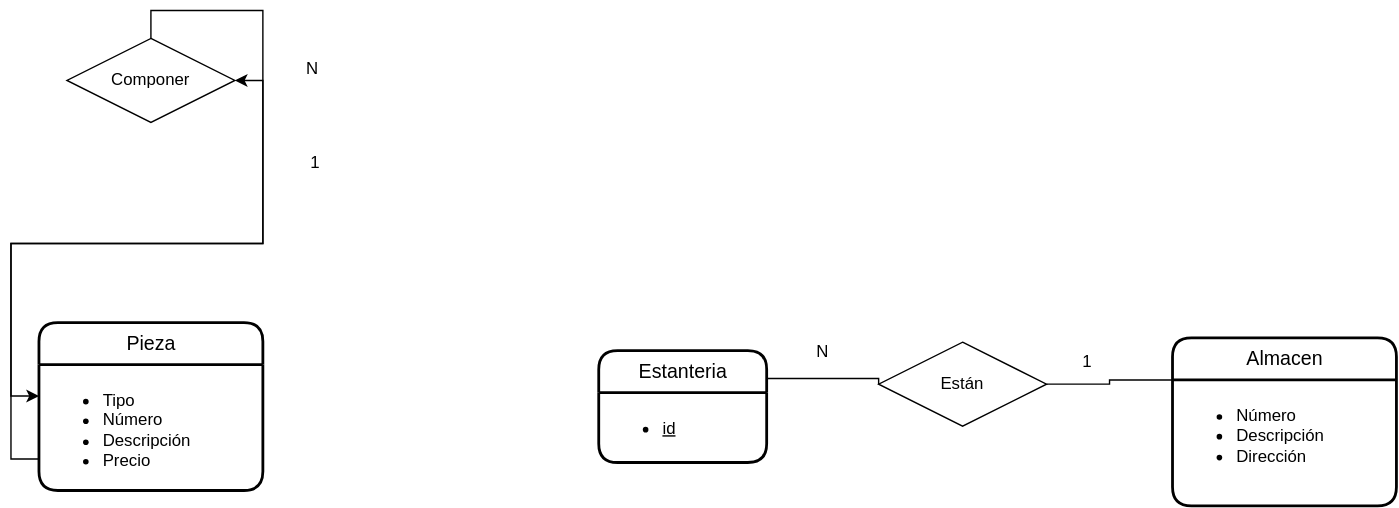
Before: UD12-5.svg, a diagram exported from draw.io (Jimxx22/C3-UD11-UML). Source tidied: cells renumbered, new cells last; positions are measured from the earlier drawing's top-left corner, leaving out a move shared by most shapes.
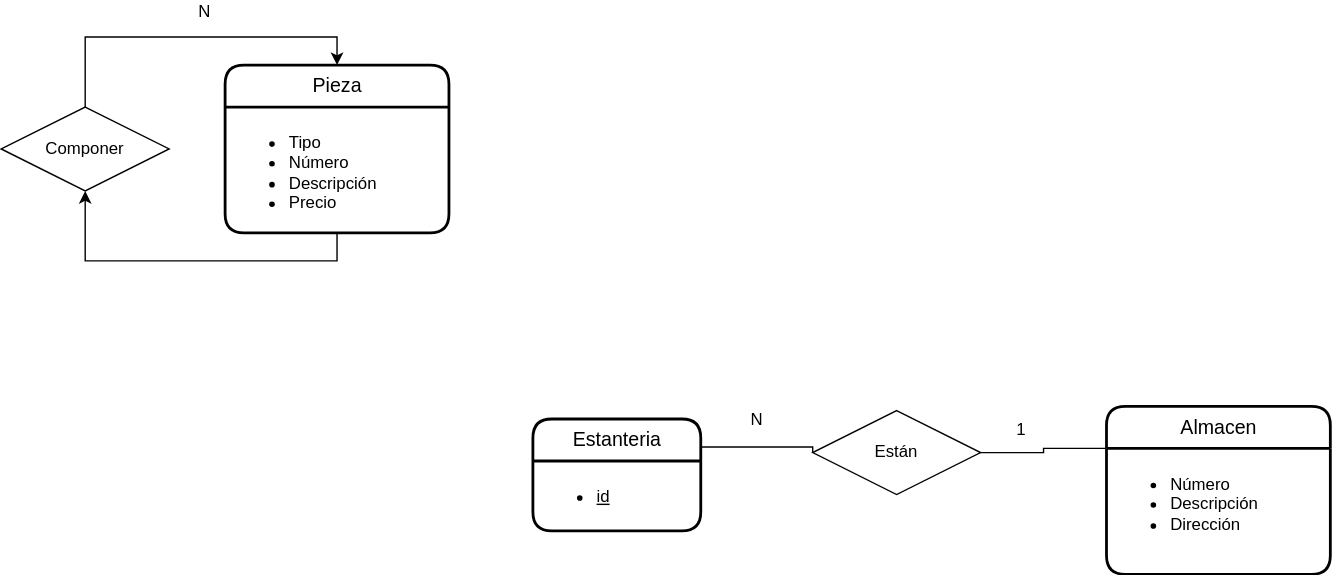
After the commit.

Change to the diagram source:
```diff
@@ -9,7 +9,7 @@
       <mxGeometry y="30" width="120" height="50" as="geometry" />
     </mxCell>
     <mxCell id="4" value="Pieza" style="swimlane;horizontal=1;startSize=30;rounded=1;fontSize=14;fontStyle=0;strokeWidth=2;shadow=0;dashed=0;align=center;glass=0;fillColor=default;html=1;" parent="1" vertex="1">
-      <mxGeometry y="203" width="160" height="120" as="geometry" />
+      <mxGeometry x="180" y="-30" width="160" height="120" as="geometry" />
     </mxCell>
     <mxCell id="5" value="&lt;ul&gt;&lt;li&gt;Tipo&lt;/li&gt;&lt;li&gt;Número&lt;/li&gt;&lt;li&gt;Descripción&lt;/li&gt;&lt;li&gt;Precio&lt;/li&gt;&lt;/ul&gt;" style="align=left;strokeColor=none;fillColor=none;spacingLeft=4;fontSize=12;verticalAlign=top;rounded=0;glass=0;html=1;" parent="4" vertex="1">
       <mxGeometry y="30" width="160" height="90" as="geometry" />
@@ -23,7 +23,7 @@
     <mxCell id="8" value="&lt;ul&gt;&lt;li&gt;Número&lt;/li&gt;&lt;li&gt;Descripción&lt;/li&gt;&lt;li&gt;Dirección&lt;/li&gt;&lt;/ul&gt;" style="align=left;strokeColor=none;fillColor=none;spacingLeft=4;fontSize=12;verticalAlign=top;rounded=0;glass=0;html=1;" parent="7" vertex="1">
       <mxGeometry y="30" width="160" height="90" as="geometry" />
     </mxCell>
-    <mxCell id="9" style="edgeStyle=orthogonalEdgeStyle;rounded=0;jettySize=auto;html=1;exitX=0.5;exitY=0;exitDx=0;exitDy=0;entryX=0;entryY=0.25;entryDx=0;entryDy=0;" parent="1" edge="1" source="10" target="5">
+    <mxCell id="9" style="edgeStyle=orthogonalEdgeStyle;rounded=0;jettySize=auto;html=1;exitX=0.5;exitY=0;exitDx=0;exitDy=0;entryX=0.5;entryY=0;entryDx=0;entryDy=0;" parent="1" edge="1" source="10" target="4">
       <mxGeometry relative="1" as="geometry" />
     </mxCell>
     <mxCell id="10" value="&lt;div&gt;Componer&lt;/div&gt;" style="shape=rhombus;perimeter=rhombusPerimeter;whiteSpace=wrap;html=1;align=center;" parent="1" vertex="1">
@@ -40,23 +40,18 @@
         </Array>
       </mxGeometry>
     </mxCell>
-    <mxCell id="13" value="1" style="html=1;align=right;verticalAlign=bottom;" parent="1" vertex="1">
-      <mxGeometry x="320" y="330" as="geometry">
-        <mxPoint x="-119" y="-233" as="offset" />
-      </mxGeometry>
-    </mxCell>
+    <mxCell id="15" value="N" style="html=1;align=right;verticalAlign=bottom;direction=north;" parent="1" vertex="1">
+      <mxGeometry x="170" y="-60" as="geometry" />
+    </mxCell>
+    <mxCell id="17" style="edgeStyle=orthogonalEdgeStyle;rounded=0;jettySize=auto;html=1;exitX=0.5;exitY=1;exitDx=0;exitDy=0;entryX=0.5;entryY=1;entryDx=0;entryDy=0;" parent="1" edge="1" source="5" target="10">
+      <mxGeometry relative="1" as="geometry" />
+    </mxCell>
     <mxCell id="14" style="edgeStyle=orthogonalEdgeStyle;rounded=0;jettySize=auto;html=1;endArrow=none;endFill=0;entryX=0;entryY=0.25;entryDx=0;entryDy=0;" parent="1" edge="1" source="16" target="7">
       <mxGeometry relative="1" as="geometry" />
     </mxCell>
-    <mxCell id="15" value="N" style="html=1;align=right;verticalAlign=bottom;" parent="1" vertex="1">
-      <mxGeometry x="200" y="30" as="geometry" />
-    </mxCell>
     <mxCell id="16" value="Están" style="shape=rhombus;perimeter=rhombusPerimeter;whiteSpace=wrap;html=1;align=center;rounded=0;glass=0;fillColor=default;" parent="1" vertex="1">
       <mxGeometry x="600" y="217" width="120" height="60" as="geometry" />
     </mxCell>
-    <mxCell id="17" style="edgeStyle=orthogonalEdgeStyle;rounded=0;jettySize=auto;html=1;exitX=0;exitY=0.75;exitDx=0;exitDy=0;entryX=1;entryY=0.5;entryDx=0;entryDy=0;" parent="1" edge="1" source="5" target="10">
-      <mxGeometry relative="1" as="geometry" />
-    </mxCell>
     <mxCell id="18" value="1" style="text;strokeColor=none;fillColor=none;spacingLeft=4;spacingRight=4;overflow=hidden;fontSize=12;rounded=0;glass=0;html=1;" parent="1" vertex="1">
       <mxGeometry x="740" y="217" width="40" height="30" as="geometry" />
     </mxCell>
```
